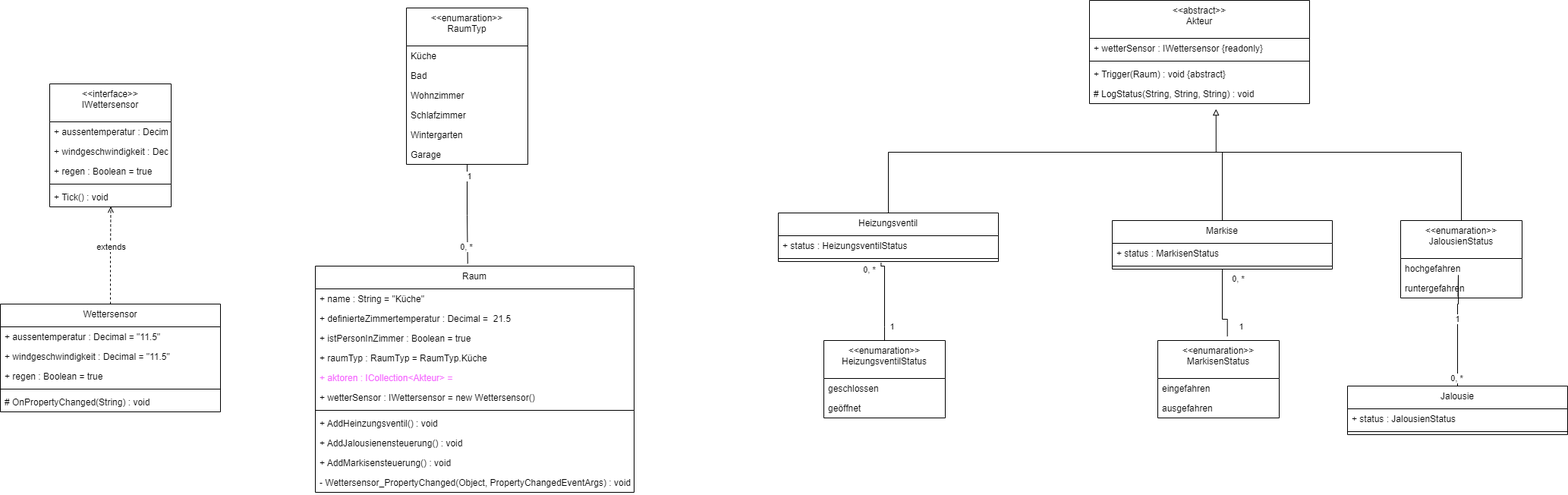
Earlier version of the draw.io export Planning/Klassendiagramm.png (hiltiraphael/SmartHome). Source tidied: cells renumbered, new cells last; positions are measured from the earlier drawing's top-left corner, leaving out a move shared by most shapes.
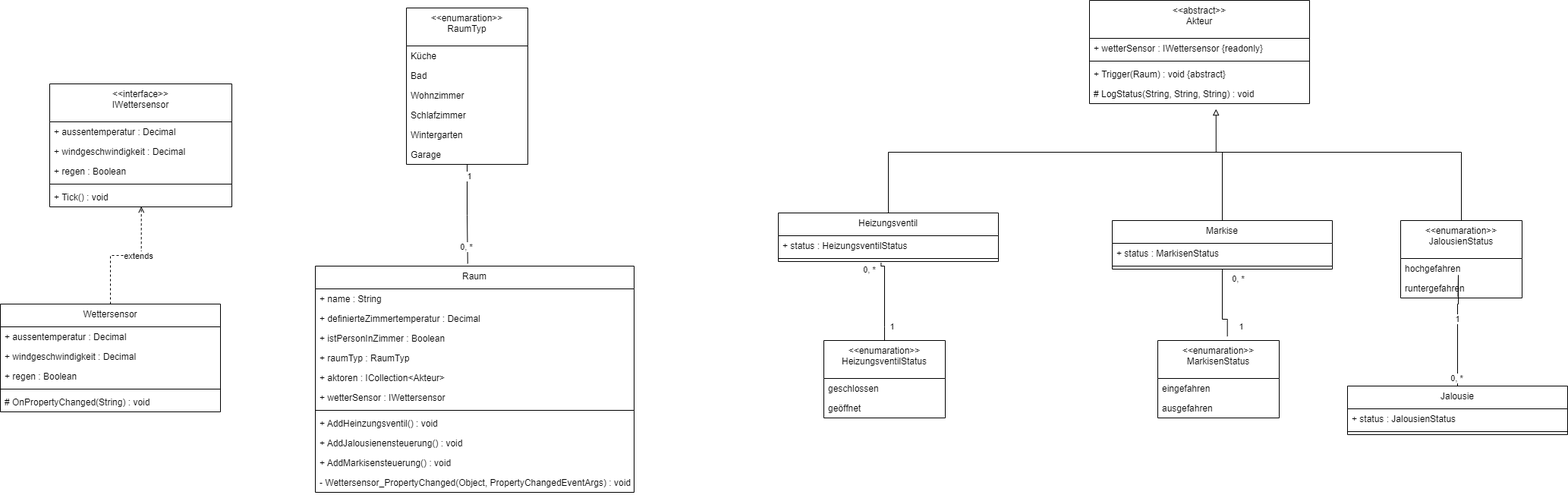
After the commit.

Commit message:
updated class diagram

What changed in the source:
```diff
@@ -3,22 +3,22 @@
     <mxCell id="0" />
     <mxCell id="1" parent="0" />
     <mxCell id="2" value="&lt;&lt;interface&gt;&gt;&#10;IWettersensor" style="swimlane;fontStyle=0;align=center;verticalAlign=top;horizontal=1;startSize=50;" parent="1" vertex="1">
-      <mxGeometry x="65" y="110" width="160" height="162" as="geometry" />
+      <mxGeometry x="65" y="110" width="240" height="162" as="geometry" />
     </mxCell>
-    <mxCell id="3" value="+ aussentemperatur : Decimal = &quot;11.5&quot;" style="text;align=left;verticalAlign=top;spacingLeft=4;spacingRight=4;overflow=hidden;" parent="2" vertex="1">
-      <mxGeometry y="50" width="160" height="26" as="geometry" />
+    <mxCell id="3" value="+ aussentemperatur : Decimal" style="text;align=left;verticalAlign=top;spacingLeft=4;spacingRight=4;overflow=hidden;" parent="2" vertex="1">
+      <mxGeometry y="50" width="240" height="26" as="geometry" />
     </mxCell>
-    <mxCell id="4" value="+ windgeschwindigkeit : Decimal = &quot;11.5&quot;" style="text;align=left;verticalAlign=top;spacingLeft=4;spacingRight=4;overflow=hidden;" parent="2" vertex="1">
-      <mxGeometry y="76" width="160" height="26" as="geometry" />
+    <mxCell id="4" value="+ windgeschwindigkeit : Decimal" style="text;align=left;verticalAlign=top;spacingLeft=4;spacingRight=4;overflow=hidden;" parent="2" vertex="1">
+      <mxGeometry y="76" width="240" height="26" as="geometry" />
     </mxCell>
-    <mxCell id="5" value="+ regen : Boolean = true" style="text;align=left;verticalAlign=top;spacingLeft=4;spacingRight=4;overflow=hidden;" parent="2" vertex="1">
-      <mxGeometry y="102" width="160" height="26" as="geometry" />
+    <mxCell id="5" value="+ regen : Boolean" style="text;align=left;verticalAlign=top;spacingLeft=4;spacingRight=4;overflow=hidden;" parent="2" vertex="1">
+      <mxGeometry y="102" width="240" height="26" as="geometry" />
     </mxCell>
     <mxCell id="6" style="line;strokeWidth=1;fillColor=none;align=left;verticalAlign=middle;spacingTop=-1;spacingLeft=3;spacingRight=3;labelPosition=right;strokeColor=inherit;" parent="2" vertex="1">
-      <mxGeometry y="128" width="160" height="8" as="geometry" />
+      <mxGeometry y="128" width="240" height="8" as="geometry" />
     </mxCell>
     <mxCell id="7" value="+ Tick() : void" style="text;align=left;verticalAlign=top;spacingLeft=4;spacingRight=4;overflow=hidden;points=[[0,0.5],[1,0.5]];portConstraint=eastwest;" parent="2" vertex="1">
-      <mxGeometry y="136" width="160" height="26" as="geometry" />
+      <mxGeometry y="136" width="240" height="26" as="geometry" />
     </mxCell>
     <mxCell id="8" style="edgeStyle=orthogonalEdgeStyle;rounded=0;jettySize=auto;html=1;entryX=0.503;entryY=0.985;entryDx=0;entryDy=0;entryPerimeter=0;dashed=1;endArrow=open;endFill=0;" parent="1" edge="1" source="10" target="7">
       <mxGeometry relative="1" as="geometry" />
@@ -29,13 +29,13 @@
     <mxCell id="10" value="Wettersensor" style="swimlane;fontStyle=0;align=center;verticalAlign=top;horizontal=1;startSize=30;" parent="1" vertex="1">
       <mxGeometry y="400" width="290" height="142" as="geometry" />
     </mxCell>
-    <mxCell id="11" value="+ aussentemperatur : Decimal = &quot;11.5&quot;" style="text;align=left;verticalAlign=top;spacingLeft=4;spacingRight=4;overflow=hidden;" parent="10" vertex="1">
+    <mxCell id="11" value="+ aussentemperatur : Decimal" style="text;align=left;verticalAlign=top;spacingLeft=4;spacingRight=4;overflow=hidden;" parent="10" vertex="1">
       <mxGeometry y="30" width="290" height="26" as="geometry" />
     </mxCell>
-    <mxCell id="12" value="+ windgeschwindigkeit : Decimal = &quot;11.5&quot;" style="text;align=left;verticalAlign=top;spacingLeft=4;spacingRight=4;overflow=hidden;" parent="10" vertex="1">
+    <mxCell id="12" value="+ windgeschwindigkeit : Decimal" style="text;align=left;verticalAlign=top;spacingLeft=4;spacingRight=4;overflow=hidden;" parent="10" vertex="1">
       <mxGeometry y="56" width="290" height="26" as="geometry" />
     </mxCell>
-    <mxCell id="13" value="+ regen : Boolean = true" style="text;align=left;verticalAlign=top;spacingLeft=4;spacingRight=4;overflow=hidden;" parent="10" vertex="1">
+    <mxCell id="13" value="+ regen : Boolean" style="text;align=left;verticalAlign=top;spacingLeft=4;spacingRight=4;overflow=hidden;" parent="10" vertex="1">
       <mxGeometry y="82" width="290" height="26" as="geometry" />
     </mxCell>
     <mxCell id="14" style="line;strokeWidth=1;fillColor=none;align=left;verticalAlign=middle;spacingTop=-1;spacingLeft=3;spacingRight=3;labelPosition=right;strokeColor=inherit;" parent="10" vertex="1">
@@ -47,22 +47,22 @@
     <mxCell id="16" value="Raum" style="swimlane;fontStyle=0;align=center;verticalAlign=top;horizontal=1;startSize=30;" parent="1" vertex="1">
       <mxGeometry x="415" y="350" width="420" height="298" as="geometry" />
     </mxCell>
-    <mxCell id="17" value="+ name : String = &quot;Küche&quot;" style="text;align=left;verticalAlign=top;spacingLeft=4;spacingRight=4;overflow=hidden;" parent="16" vertex="1">
+    <mxCell id="17" value="+ name : String" style="text;align=left;verticalAlign=top;spacingLeft=4;spacingRight=4;overflow=hidden;" parent="16" vertex="1">
       <mxGeometry y="30" width="420" height="26" as="geometry" />
     </mxCell>
-    <mxCell id="18" value="+ definierteZimmertemperatur : Decimal =  21.5" style="text;align=left;verticalAlign=top;spacingLeft=4;spacingRight=4;overflow=hidden;" parent="16" vertex="1">
+    <mxCell id="18" value="+ definierteZimmertemperatur : Decimal" style="text;align=left;verticalAlign=top;spacingLeft=4;spacingRight=4;overflow=hidden;" parent="16" vertex="1">
       <mxGeometry y="56" width="420" height="26" as="geometry" />
     </mxCell>
-    <mxCell id="19" value="+ istPersonInZimmer : Boolean = true" style="text;align=left;verticalAlign=top;spacingLeft=4;spacingRight=4;overflow=hidden;" parent="16" vertex="1">
+    <mxCell id="19" value="+ istPersonInZimmer : Boolean" style="text;align=left;verticalAlign=top;spacingLeft=4;spacingRight=4;overflow=hidden;" parent="16" vertex="1">
       <mxGeometry y="82" width="420" height="26" as="geometry" />
     </mxCell>
-    <mxCell id="20" value="+ raumTyp : RaumTyp = RaumTyp.Küche" style="text;align=left;verticalAlign=top;spacingLeft=4;spacingRight=4;overflow=hidden;" parent="16" vertex="1">
+    <mxCell id="20" value="+ raumTyp : RaumTyp" style="text;align=left;verticalAlign=top;spacingLeft=4;spacingRight=4;overflow=hidden;" parent="16" vertex="1">
       <mxGeometry y="108" width="420" height="26" as="geometry" />
     </mxCell>
-    <mxCell id="21" value="+ aktoren : ICollection&lt;Akteur&gt; =  " style="text;align=left;verticalAlign=top;spacingLeft=4;spacingRight=4;overflow=hidden;fontColor=#F569FF;" parent="16" vertex="1">
+    <mxCell id="21" value="+ aktoren : ICollection&lt;Akteur&gt;" style="text;align=left;verticalAlign=top;spacingLeft=4;spacingRight=4;overflow=hidden;fontColor=#000000;" parent="16" vertex="1">
       <mxGeometry y="134" width="420" height="26" as="geometry" />
     </mxCell>
-    <mxCell id="22" value="+ wetterSensor : IWettersensor = new Wettersensor()" style="text;align=left;verticalAlign=top;spacingLeft=4;spacingRight=4;overflow=hidden;" parent="16" vertex="1">
+    <mxCell id="22" value="+ wetterSensor : IWettersensor" style="text;align=left;verticalAlign=top;spacingLeft=4;spacingRight=4;overflow=hidden;" parent="16" vertex="1">
       <mxGeometry y="160" width="420" height="26" as="geometry" />
     </mxCell>
     <mxCell id="23" style="line;strokeWidth=1;fillColor=none;align=left;verticalAlign=middle;spacingTop=-1;spacingLeft=3;spacingRight=3;labelPosition=right;strokeColor=inherit;" parent="16" vertex="1">
```
